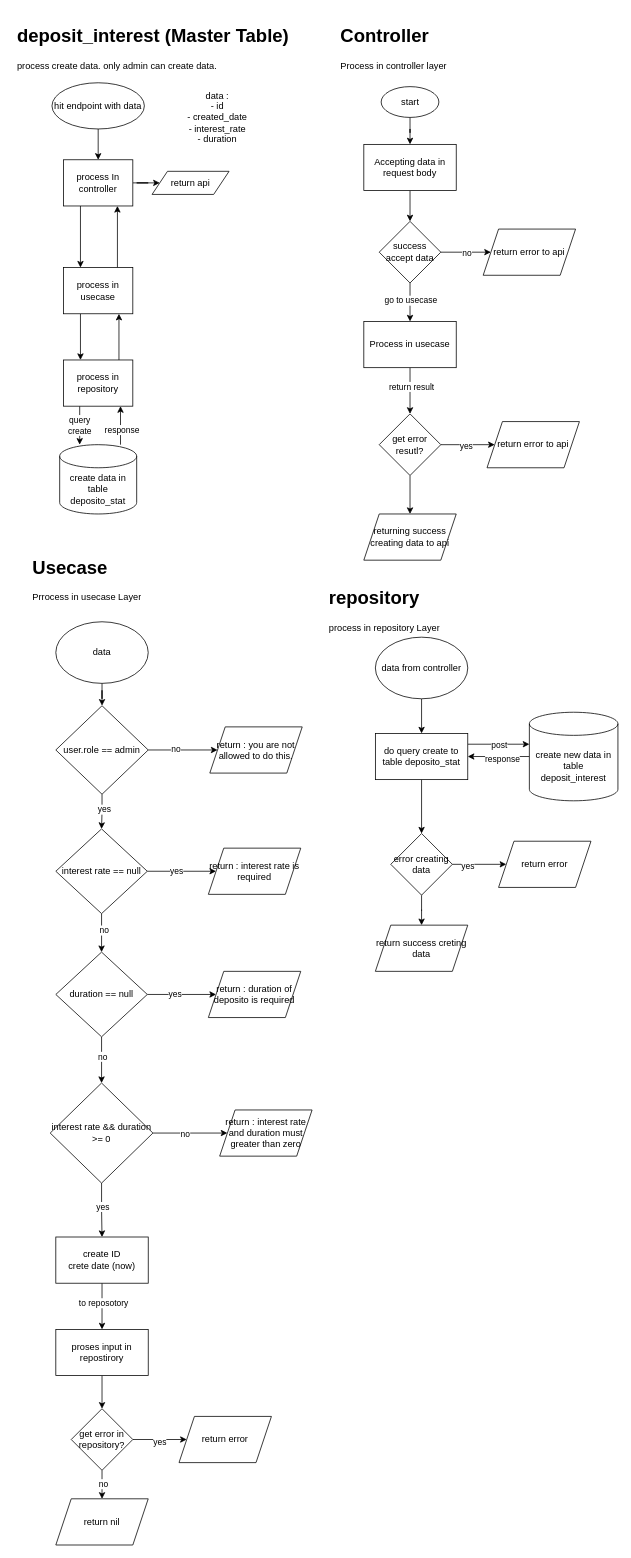
This is page "Create" (1 of 4) of deposito_stat.drawio from MasEBTa/drawio, a draw.io file, before an edit. Source tidied: cells renumbered, new cells numbered last; positions are measured from the earlier drawing's top-left corner, leaving out a move shared by most shapes. Both pictures are drawn from the tidied source at 77%, with x=0, y=0 at pixel (13, 21).
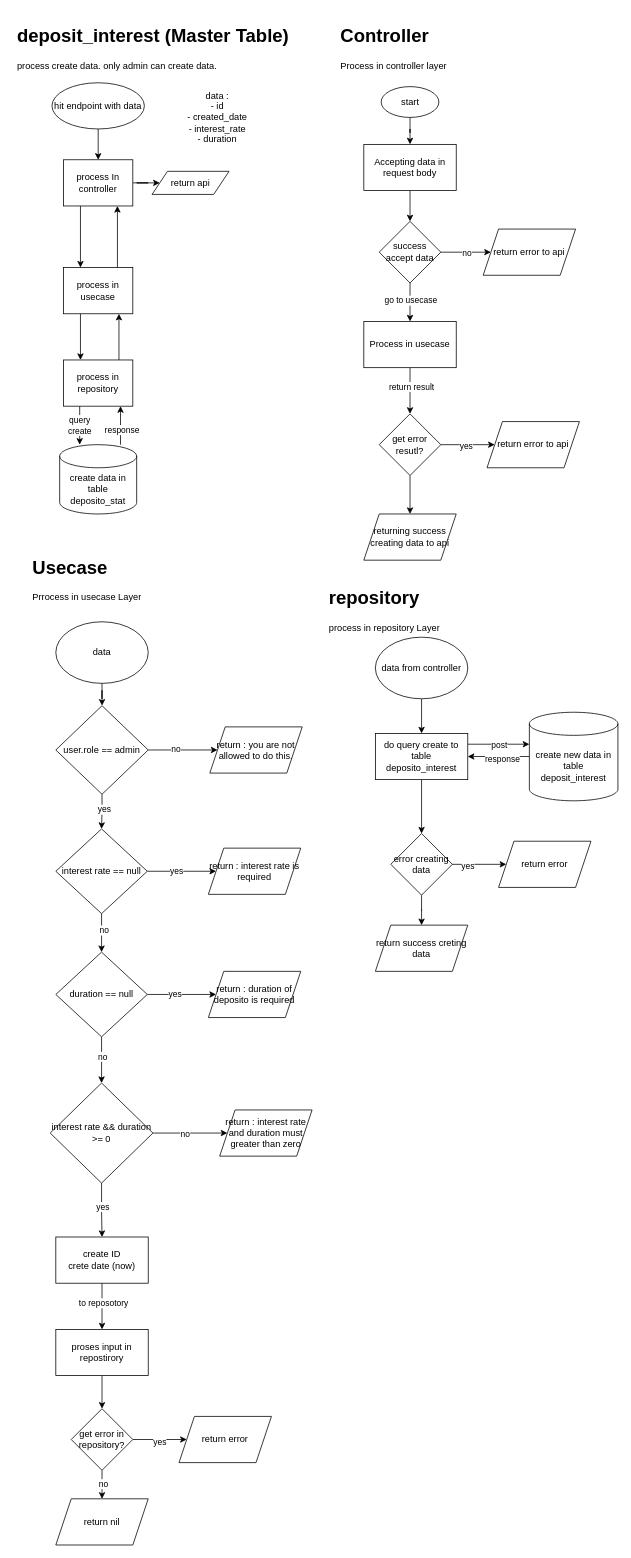
The same diagram, later.

What changed in the source:
```diff
@@
-    <mxCell id="76" value="do query create to table deposito_stat" style="rounded=0;whiteSpace=wrap;html=1;" parent="1" vertex="1">
+    <mxCell id="76" value="do query create to table deposito_interest" style="rounded=0;whiteSpace=wrap;html=1;" parent="1" vertex="1">
       <mxGeometry x="470" y="925" width="120" height="60" as="geometry" />
     </mxCell>
```
